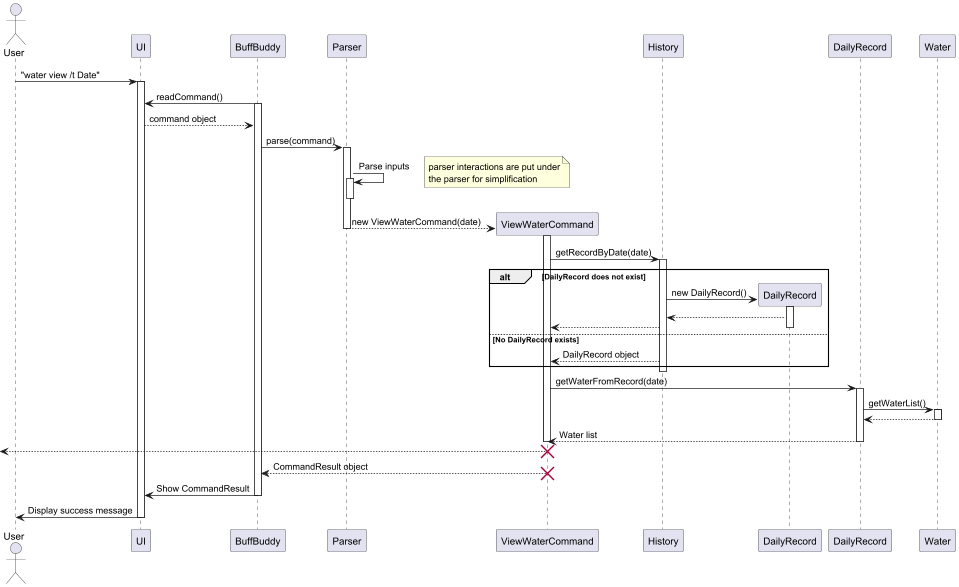
This is docs/images/viewWaterSequenceDiagram.png from nus-cs2113-AY2425S1/tp, a PlantUML export, as it was before one commit.
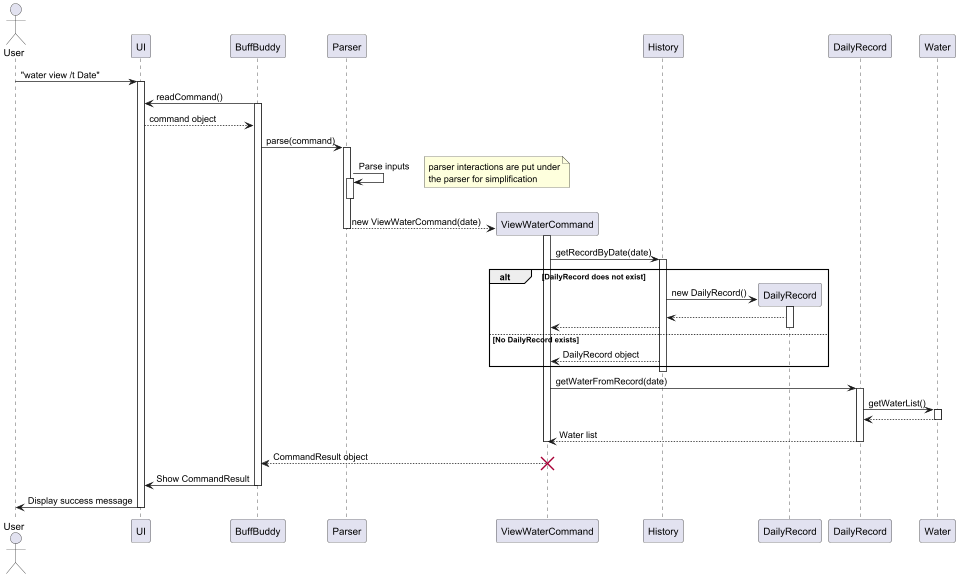
After the change.

Change to the diagram source:
```diff
@@ -56,8 +56,7 @@
 deactivate DailyRecord
 
 deactivate Cmd
-<-- Cmd :
-destroy Cmd
+
 
 Cmd --> BB: CommandResult object
 deactivate Cmd
```
